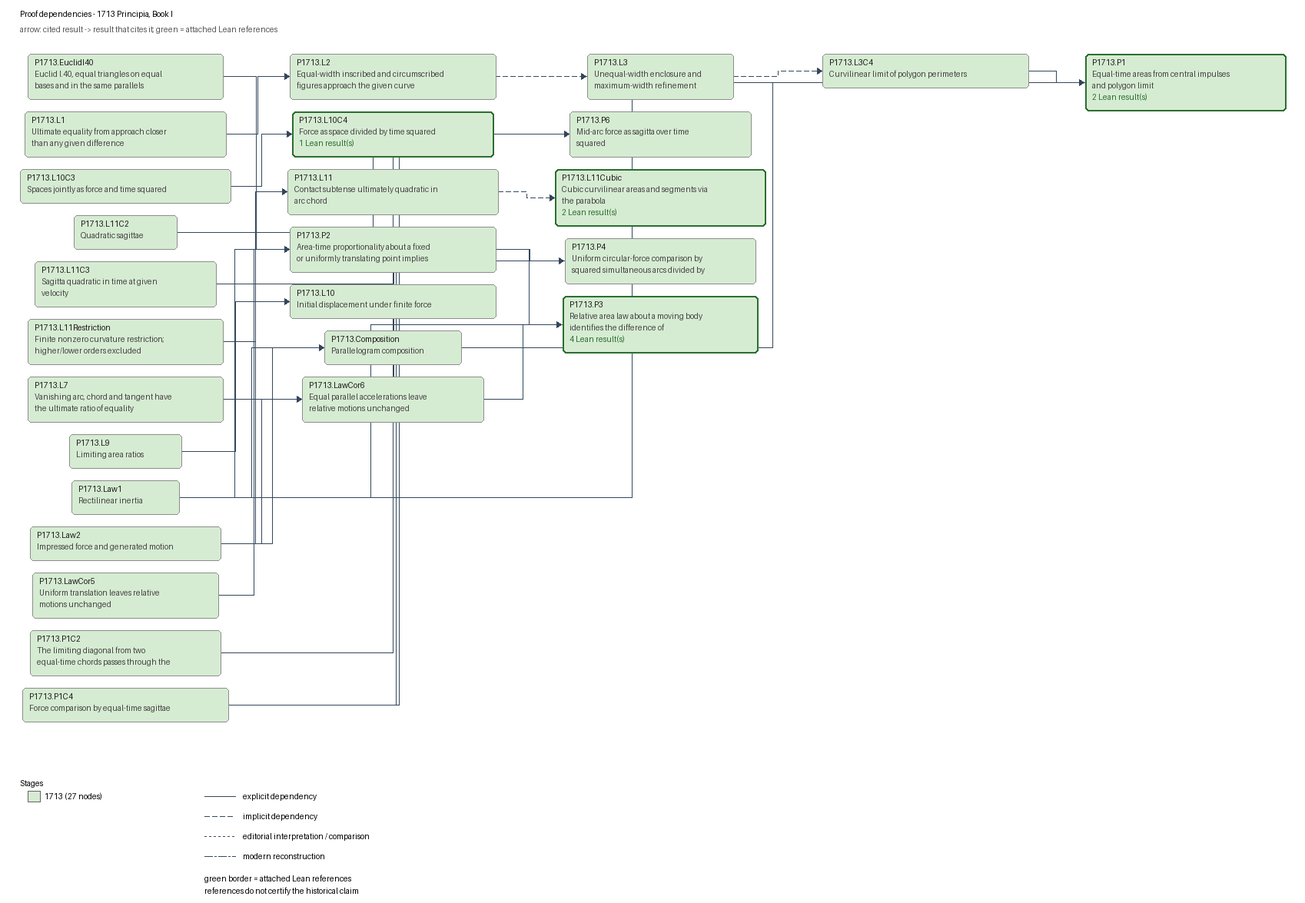
arivero/newtonlean keeps this Graphviz diagram as docs/graphs/proof-1713.png. Above is the earlier version. Its source is kept beside it as docs/graphs/proof-1713.dot.
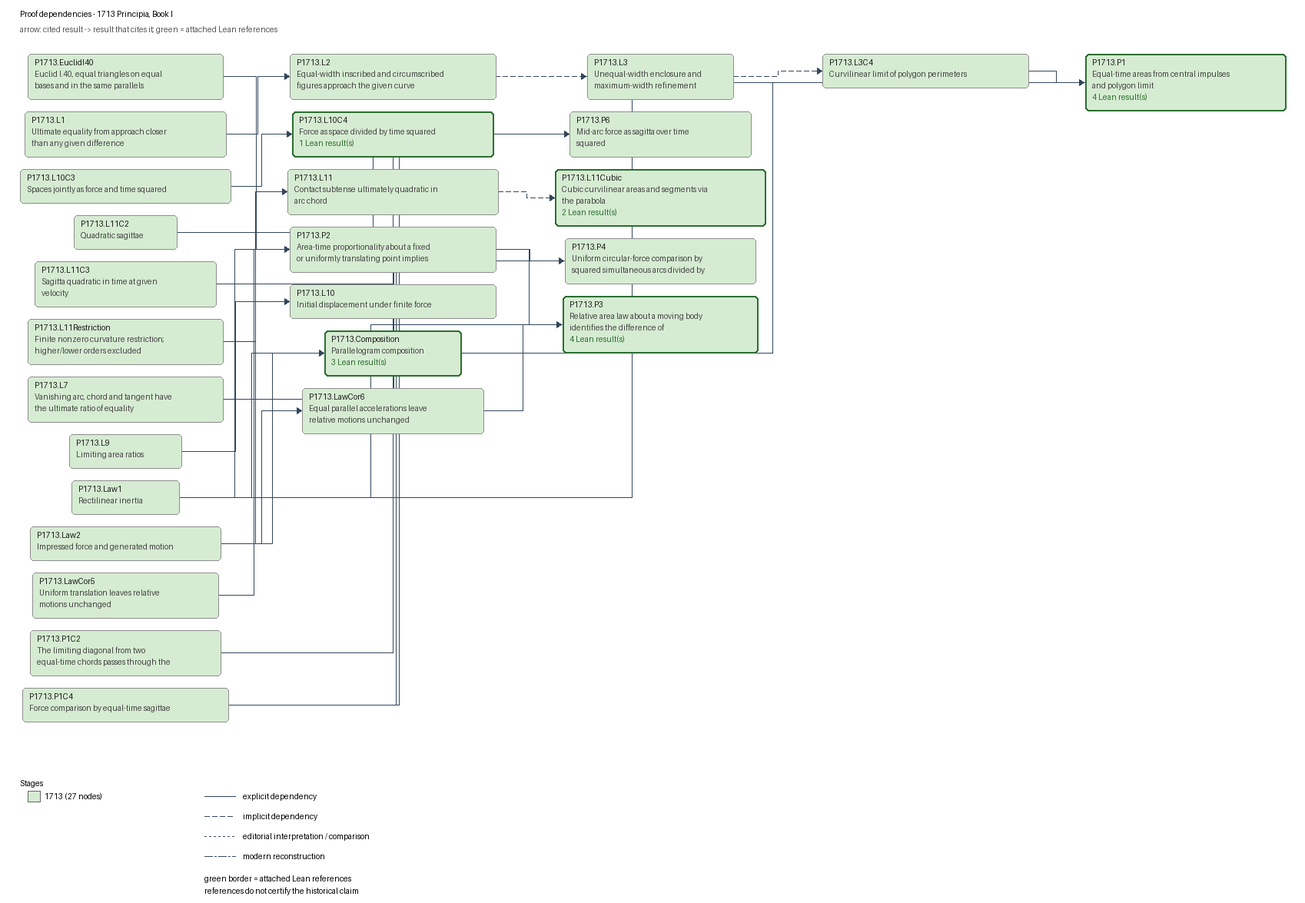
The same file after the commit.

Change to the diagram source:
```diff
@@ -1,7 +1,7 @@
 digraph proof-1713 {
   rankdir=LR;
   node [shape=box, style="rounded,filled"];
-  "P1713.Composition" [label="P1713.Composition\nParallelogram composition", fillcolor="#d6ecd2", color="#8d8d8d", penwidth=1];
+  "P1713.Composition" [label="P1713.Composition\nParallelogram composition\n3 Lean result(s)", fillcolor="#d6ecd2", color="#2c6e31", penwidth=2];
   "P1713.EuclidI40" [label="P1713.EuclidI40\nEuclid I.40, equal triangles on equal\nbases and in the same parallels", fillcolor="#d6ecd2", color="#8d8d8d", penwidth=1];
   "P1713.L1" [label="P1713.L1\nUltimate equality from approach closer\nthan any given difference", fillcolor="#d6ecd2", color="#8d8d8d", penwidth=1];
   "P1713.L10" [label="P1713.L10\nInitial displacement under finite force", fillcolor="#d6ecd2", color="#8d8d8d", penwidth=1];
@@ -21,7 +21,7 @@
   "P1713.Law2" [label="P1713.Law2\nImpressed force and generated motion", fillcolor="#d6ecd2", color="#8d8d8d", penwidth=1];
   "P1713.LawCor5" [label="P1713.LawCor5\nUniform translation leaves relative\nmotions unchanged", fillcolor="#d6ecd2", color="#8d8d8d", penwidth=1];
   "P1713.LawCor6" [label="P1713.LawCor6\nEqual parallel accelerations leave\nrelative motions unchanged", fillcolor="#d6ecd2", color="#8d8d8d", penwidth=1];
-  "P1713.P1" [label="P1713.P1\nEqual-time areas from central impulses\nand polygon limit\n2 Lean result(s)", fillcolor="#d6ecd2", color="#2c6e31", penwidth=2];
+  "P1713.P1" [label="P1713.P1\nEqual-time areas from central impulses\nand polygon limit\n4 Lean result(s)", fillcolor="#d6ecd2", color="#2c6e31", penwidth=2];
   "P1713.P1C2" [label="P1713.P1C2\nThe limiting diagonal from two\nequal-time chords passes through the", fillcolor="#d6ecd2", color="#8d8d8d", penwidth=1];
   "P1713.P1C4" [label="P1713.P1C4\nForce comparison by equal-time sagittae", fillcolor="#d6ecd2", color="#8d8d8d", penwidth=1];
   "P1713.P2" [label="P1713.P2\nArea-time proportionality about a fixed\nor uniformly translating point implies", fillcolor="#d6ecd2", color="#8d8d8d", penwidth=1];
```
